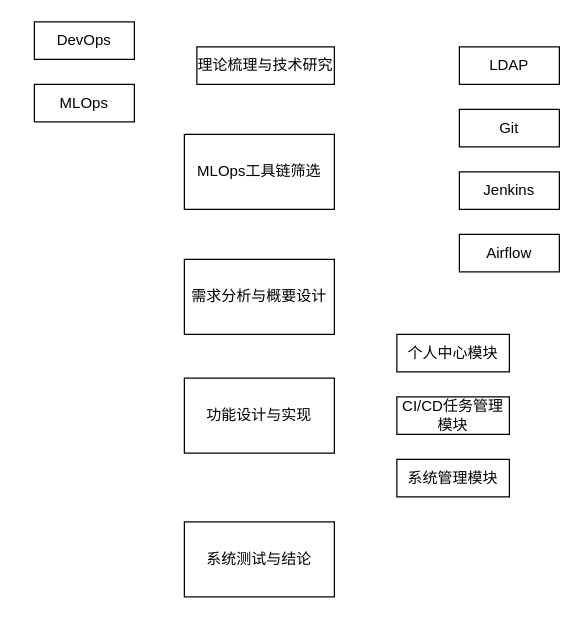
Sequin-hdd/COINFO keeps this draw.io diagram as 技术路线图.drawio. Above is the earlier version. Source tidied: cells renumbered, new cells numbered last; positions are measured from the earlier drawing's top-left corner, leaving out a move shared by most shapes. Both pictures are drawn from the tidied source at 125%, with x=0, y=0 at pixel (34, 21).
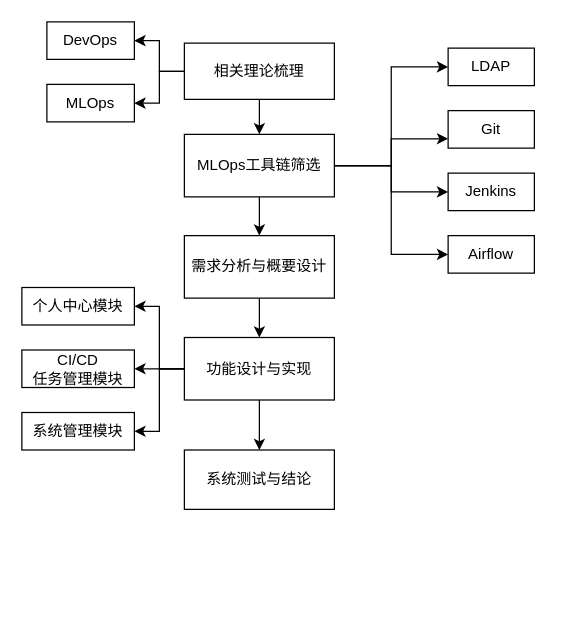
Above is the later version.

Commit message (it also covers changes not shown here):
更新技术路线图.drawio

Diff of the diagram source:
```diff
@@
+    <mxCell id="16" style="edgeStyle=orthogonalEdgeStyle;rounded=0;jettySize=auto;html=1;exitX=0;exitY=0.5;exitDx=0;exitDy=0;entryX=1;entryY=0.5;entryDx=0;entryDy=0;" parent="1" edge="1" source="2" target="5">
+      <mxGeometry relative="1" as="geometry" />
+    </mxCell>
+    <mxCell id="17" style="edgeStyle=orthogonalEdgeStyle;rounded=0;jettySize=auto;html=1;exitX=0;exitY=0.5;exitDx=0;exitDy=0;entryX=1;entryY=0.5;entryDx=0;entryDy=0;" parent="1" edge="1" source="2" target="6">
+      <mxGeometry relative="1" as="geometry" />
+    </mxCell>
+    <mxCell id="18" style="edgeStyle=orthogonalEdgeStyle;rounded=0;jettySize=auto;html=1;exitX=0.5;exitY=1;exitDx=0;exitDy=0;entryX=0.5;entryY=0;entryDx=0;entryDy=0;" parent="1" edge="1" source="2" target="4">
+      <mxGeometry relative="1" as="geometry" />
+    </mxCell>
-    <mxCell id="2" value="理论梳理与技术研究" style="rounded=0;whiteSpace=wrap;html=1;" parent="1" vertex="1">
-      <mxGeometry x="130" y="20" width="110" height="30" as="geometry" />
+    <mxCell id="2" value="相关理论梳理" style="rounded=0;whiteSpace=wrap;html=1;" parent="1" vertex="1">
+      <mxGeometry x="120" y="17" width="120" height="45" as="geometry" />
     </mxCell>
+    <mxCell id="19" style="edgeStyle=orthogonalEdgeStyle;rounded=0;jettySize=auto;html=1;exitX=0.5;exitY=1;exitDx=0;exitDy=0;entryX=0.5;entryY=0;entryDx=0;entryDy=0;" parent="1" edge="1" source="3" target="11">
+      <mxGeometry relative="1" as="geometry" />
+    </mxCell>
     <mxCell id="3" value="需求分析与概要设计" style="rounded=0;whiteSpace=wrap;html=1;" parent="1" vertex="1">
-      <mxGeometry x="120" y="190" width="120" height="60" as="geometry" />
+      <mxGeometry x="120" y="171" width="120" height="50" as="geometry" />
     </mxCell>
+    <mxCell id="20" style="edgeStyle=orthogonalEdgeStyle;rounded=0;jettySize=auto;html=1;exitX=1;exitY=0.5;exitDx=0;exitDy=0;entryX=0;entryY=0.5;entryDx=0;entryDy=0;" parent="1" edge="1" source="4" target="7">
+      <mxGeometry relative="1" as="geometry" />
+    </mxCell>
+    <mxCell id="21" style="edgeStyle=orthogonalEdgeStyle;rounded=0;jettySize=auto;html=1;exitX=1;exitY=0.5;exitDx=0;exitDy=0;entryX=0;entryY=0.75;entryDx=0;entryDy=0;" parent="1" edge="1" source="4" target="8">
+      <mxGeometry relative="1" as="geometry" />
+    </mxCell>
+    <mxCell id="22" style="edgeStyle=orthogonalEdgeStyle;rounded=0;jettySize=auto;html=1;exitX=1;exitY=0.5;exitDx=0;exitDy=0;entryX=0;entryY=0.5;entryDx=0;entryDy=0;" parent="1" edge="1" source="4" target="9">
+      <mxGeometry relative="1" as="geometry" />
+    </mxCell>
+    <mxCell id="23" style="edgeStyle=orthogonalEdgeStyle;rounded=0;jettySize=auto;html=1;exitX=1;exitY=0.5;exitDx=0;exitDy=0;entryX=0;entryY=0.5;entryDx=0;entryDy=0;" parent="1" edge="1" source="4" target="10">
+      <mxGeometry relative="1" as="geometry" />
+    </mxCell>
+    <mxCell id="24" style="edgeStyle=orthogonalEdgeStyle;rounded=0;jettySize=auto;html=1;exitX=0.5;exitY=1;exitDx=0;exitDy=0;" parent="1" edge="1" source="4" target="3">
+      <mxGeometry relative="1" as="geometry" />
+    </mxCell>
     <mxCell id="4" value="MLOps工具链筛选" style="rounded=0;whiteSpace=wrap;html=1;" parent="1" vertex="1">
-      <mxGeometry x="120" y="90" width="120" height="60" as="geometry" />
+      <mxGeometry x="120" y="90" width="120" height="50" as="geometry" />
     </mxCell>
     <mxCell id="5" value="DevOps" style="rounded=0;whiteSpace=wrap;html=1;" parent="1" vertex="1">
-      <mxGeometry width="80" height="30" as="geometry" />
+      <mxGeometry x="10" width="70" height="30" as="geometry" />
     </mxCell>
     <mxCell id="6" value="MLOps" style="rounded=0;whiteSpace=wrap;html=1;" parent="1" vertex="1">
-      <mxGeometry y="50" width="80" height="30" as="geometry" />
+      <mxGeometry x="10" y="50" width="70" height="30" as="geometry" />
     </mxCell>
     <mxCell id="7" value="LDAP" style="rounded=0;whiteSpace=wrap;html=1;" parent="1" vertex="1">
-      <mxGeometry x="340" y="20" width="80" height="30" as="geometry" />
+      <mxGeometry x="331" y="21" width="69" height="30" as="geometry" />
     </mxCell>
     <mxCell id="8" value="Git" style="rounded=0;whiteSpace=wrap;html=1;" parent="1" vertex="1">
-      <mxGeometry x="340" y="70" width="80" height="30" as="geometry" />
+      <mxGeometry x="331" y="71" width="69" height="30" as="geometry" />
     </mxCell>
     <mxCell id="9" value="Jenkins" style="rounded=0;whiteSpace=wrap;html=1;" parent="1" vertex="1">
-      <mxGeometry x="340" y="120" width="80" height="30" as="geometry" />
+      <mxGeometry x="331" y="121" width="69" height="30" as="geometry" />
     </mxCell>
     <mxCell id="10" value="Airflow" style="rounded=0;whiteSpace=wrap;html=1;" parent="1" vertex="1">
-      <mxGeometry x="340" y="170" width="80" height="30" as="geometry" />
+      <mxGeometry x="331" y="171" width="69" height="30" as="geometry" />
     </mxCell>
+    <mxCell id="25" style="edgeStyle=orthogonalEdgeStyle;rounded=0;jettySize=auto;html=1;exitX=0;exitY=0.5;exitDx=0;exitDy=0;entryX=1;entryY=0.5;entryDx=0;entryDy=0;" parent="1" edge="1" source="11" target="12">
+      <mxGeometry relative="1" as="geometry" />
+    </mxCell>
+    <mxCell id="26" style="edgeStyle=orthogonalEdgeStyle;rounded=0;jettySize=auto;html=1;exitX=0;exitY=0.5;exitDx=0;exitDy=0;entryX=1;entryY=0.5;entryDx=0;entryDy=0;" parent="1" edge="1" source="11" target="13">
+      <mxGeometry relative="1" as="geometry" />
+    </mxCell>
+    <mxCell id="27" style="edgeStyle=orthogonalEdgeStyle;rounded=0;jettySize=auto;html=1;exitX=0;exitY=0.5;exitDx=0;exitDy=0;entryX=1;entryY=0.5;entryDx=0;entryDy=0;" parent="1" edge="1" source="11" target="14">
+      <mxGeometry relative="1" as="geometry" />
+    </mxCell>
+    <mxCell id="28" style="edgeStyle=orthogonalEdgeStyle;rounded=0;jettySize=auto;html=1;" parent="1" edge="1" source="11" target="15">
+      <mxGeometry relative="1" as="geometry" />
+    </mxCell>
     <mxCell id="11" value="功能设计与实现" style="rounded=0;whiteSpace=wrap;html=1;" parent="1" vertex="1">
-      <mxGeometry x="120" y="285" width="120" height="60" as="geometry" />
+      <mxGeometry x="120" y="252.5" width="120" height="50" as="geometry" />
     </mxCell>
     <mxCell id="12" value="个人中心模块" style="rounded=0;whiteSpace=wrap;html=1;" parent="1" vertex="1">
-      <mxGeometry x="290" y="250" width="90" height="30" as="geometry" />
+      <mxGeometry x="-10" y="212.5" width="90" height="30" as="geometry" />
     </mxCell>
-    <mxCell id="13" value="CI/CD任务管理模块" style="rounded=0;whiteSpace=wrap;html=1;" parent="1" vertex="1">
-      <mxGeometry x="290" y="300" width="90" height="30" as="geometry" />
+    <mxCell id="13" value="CI/CD&lt;br&gt;任务管理模块" style="rounded=0;whiteSpace=wrap;html=1;" parent="1" vertex="1">
+      <mxGeometry x="-10" y="262.5" width="90" height="30" as="geometry" />
     </mxCell>
     <mxCell id="14" value="系统管理模块" style="rounded=0;whiteSpace=wrap;html=1;" parent="1" vertex="1">
-      <mxGeometry x="290" y="350" width="90" height="30" as="geometry" />
+      <mxGeometry x="-10" y="312.5" width="90" height="30" as="geometry" />
     </mxCell>
     <mxCell id="15" value="系统测试与结论" style="rounded=0;whiteSpace=wrap;html=1;" parent="1" vertex="1">
-      <mxGeometry x="120" y="400" width="120" height="60" as="geometry" />
+      <mxGeometry x="120" y="342.5" width="120" height="47.5" as="geometry" />
     </mxCell>
```
